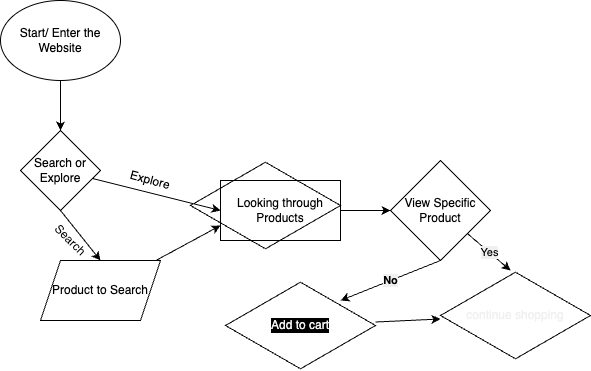
This is explore/diagramming/diagram.drawio.png from sierra392/sp24-cse110-lab4, a draw.io export, as it was before one commit. Source tidied: cells renumbered, new cells last; positions are measured from the earlier drawing's top-left corner, leaving out a move shared by most shapes.
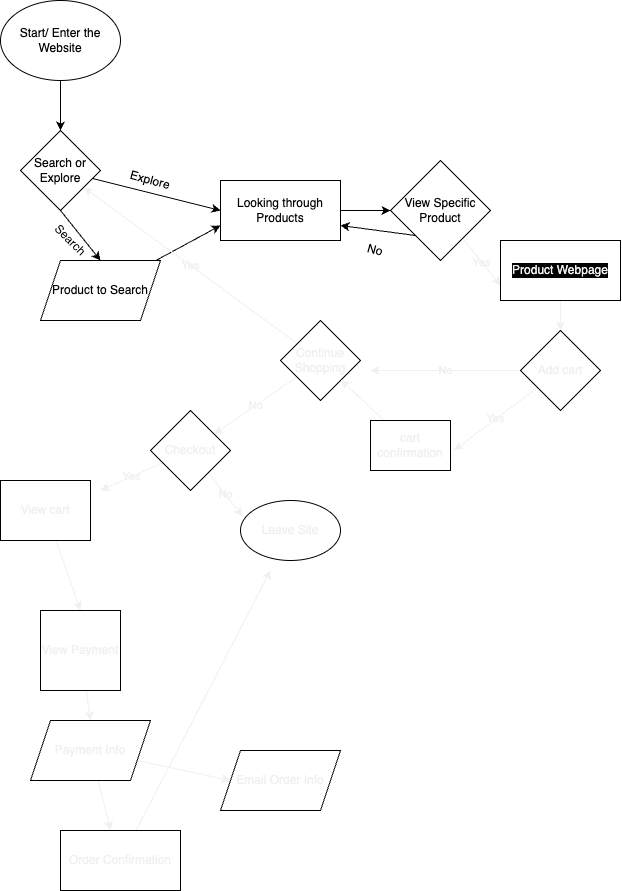
After the change.

What changed in the source:
```diff
@@ -1,66 +1,135 @@
-<mxGraphModel background="#FFFFFF">
+<mxGraphModel>
   <root>
     <mxCell id="0" />
     <mxCell id="1" parent="0" />
-    <mxCell id="2" style="edgeStyle=none;html=1;strokeColor=#000000;" parent="1" edge="1" source="3" target="6">
+    <mxCell id="2" style="edgeStyle=none;html=1;" parent="1" edge="1" source="3" target="6">
       <mxGeometry relative="1" as="geometry" />
     </mxCell>
     <mxCell id="3" value="Start/ Enter the Website" style="ellipse;whiteSpace=wrap;html=1;" parent="1" vertex="1">
       <mxGeometry width="120" height="80" as="geometry" />
     </mxCell>
-    <mxCell id="4" style="edgeStyle=none;html=1;entryX=0.5;entryY=0;entryDx=0;entryDy=0;fontColor=#000000;strokeColor=#000000;" parent="1" edge="1" target="8">
-      <mxGeometry relative="1" as="geometry">
-        <mxPoint x="60" y="210" as="sourcePoint" />
-      </mxGeometry>
+    <mxCell id="4" style="edgeStyle=none;html=1;entryX=0.5;entryY=0;entryDx=0;entryDy=0;exitX=0.5;exitY=1;exitDx=0;exitDy=0;" parent="1" edge="1" source="6" target="8">
+      <mxGeometry relative="1" as="geometry" />
     </mxCell>
-    <mxCell id="5" style="edgeStyle=none;html=1;entryX=0;entryY=0.5;entryDx=0;entryDy=0;fontColor=#000000;strokeColor=#000000;" parent="1" edge="1" source="6" target="10">
+    <mxCell id="5" style="edgeStyle=none;html=1;entryX=0;entryY=0.5;entryDx=0;entryDy=0;" parent="1" edge="1" source="6" target="10">
       <mxGeometry relative="1" as="geometry" />
     </mxCell>
     <mxCell id="6" value="Search or Explore" style="rhombus;whiteSpace=wrap;html=1;" parent="1" vertex="1">
       <mxGeometry x="20" y="130" width="80" height="80" as="geometry" />
     </mxCell>
-    <mxCell id="7" style="edgeStyle=none;html=1;entryX=0;entryY=0.75;entryDx=0;entryDy=0;fontColor=#000000;strokeColor=#000000;" parent="1" edge="1" source="8" target="10">
+    <mxCell id="7" style="edgeStyle=none;html=1;entryX=0;entryY=0.75;entryDx=0;entryDy=0;" parent="1" edge="1" source="8" target="10">
       <mxGeometry relative="1" as="geometry" />
     </mxCell>
     <mxCell id="8" value="Product to Search" style="shape=parallelogram;perimeter=parallelogramPerimeter;whiteSpace=wrap;html=1;fixedSize=1;" parent="1" vertex="1">
       <mxGeometry x="40" y="260" width="120" height="60" as="geometry" />
     </mxCell>
-    <mxCell id="9" style="edgeStyle=none;html=1;entryX=0;entryY=0.5;entryDx=0;entryDy=0;strokeColor=#000000;" parent="1" edge="1" source="10" target="15">
+    <mxCell id="9" style="edgeStyle=none;html=1;entryX=0;entryY=0.5;entryDx=0;entryDy=0;" parent="1" edge="1" source="10" target="15">
       <mxGeometry relative="1" as="geometry" />
     </mxCell>
     <mxCell id="10" value="Looking through Products" style="rounded=0;whiteSpace=wrap;html=1;" parent="1" vertex="1">
       <mxGeometry x="220" y="180" width="120" height="60" as="geometry" />
     </mxCell>
     <object id="11" label="Search" name="Variable" placeholders="1">
-      <mxCell style="text;html=1;align=center;verticalAlign=middle;whiteSpace=wrap;overflow=hidden;rotation=45;fontColor=#000000;" parent="1" vertex="1">
+      <mxCell style="text;html=1;strokeColor=none;fillColor=none;align=center;verticalAlign=middle;whiteSpace=wrap;overflow=hidden;rotation=45;" parent="1" vertex="1">
         <mxGeometry x="30" y="230" width="80" height="20" as="geometry" />
       </mxCell>
     </object>
     <object id="12" label="Explore" name="Variable" placeholders="1">
-      <mxCell style="text;html=1;strokeColor=none;fillColor=none;align=center;verticalAlign=middle;whiteSpace=wrap;overflow=hidden;rotation=15;fontColor=#000000;" parent="1" vertex="1">
+      <mxCell style="text;html=1;strokeColor=none;fillColor=none;align=center;verticalAlign=middle;whiteSpace=wrap;overflow=hidden;rotation=15;" parent="1" vertex="1">
         <mxGeometry x="110" y="170" width="80" height="20" as="geometry" />
       </mxCell>
     </object>
-    <mxCell id="13" value="&lt;span style=&quot;background-color: rgb(240, 240, 240);&quot;&gt;No&lt;/span&gt;" style="edgeStyle=none;html=1;exitX=0.5;exitY=1;exitDx=0;exitDy=0;strokeColor=#000000;fontColor=#000000;fontStyle=1;entryX=0.767;entryY=0.222;entryDx=0;entryDy=0;entryPerimeter=0;" parent="1" edge="1" source="15" target="19">
-      <mxGeometry relative="1" as="geometry" />
-    </mxCell>
-    <mxCell id="14" value="Yes" style="edgeStyle=none;html=1;entryX=0.467;entryY=0;entryDx=0;entryDy=0;entryPerimeter=0;labelBackgroundColor=#F0F0F0;strokeColor=#000000;fontColor=#000000;" parent="1" edge="1" source="15" target="17">
-      <mxGeometry relative="1" as="geometry" />
-    </mxCell>
+    <mxCell id="20" style="edgeStyle=none;html=1;exitX=0;exitY=1;exitDx=0;exitDy=0;entryX=1;entryY=0.75;entryDx=0;entryDy=0;" parent="1" edge="1" source="15" target="10">
+      <mxGeometry relative="1" as="geometry" />
+    </mxCell>
+    <mxCell id="21" value="Yes" style="edgeStyle=none;html=1;entryX=0;entryY=0.75;entryDx=0;entryDy=0;labelBackgroundColor=none;strokeColor=#F0F0F0;fontColor=#F0F0F0;" parent="1" edge="1" source="15" target="24">
+      <mxGeometry relative="1" as="geometry" />
+    </mxCell>
     <mxCell id="15" value="View Specific Product" style="rhombus;whiteSpace=wrap;html=1;" parent="1" vertex="1">
       <mxGeometry x="390" y="160" width="100" height="100" as="geometry" />
     </mxCell>
-    <mxCell id="16" style="html=1;whiteSpace=wrap;shape=isoRectangle;fontColor=#000000;fillColor=none;" parent="1" vertex="1">
-      <mxGeometry x="190" y="160" width="150" height="90" as="geometry" />
-    </mxCell>
-    <mxCell id="17" value="&lt;font color=&quot;#f0f0f0&quot;&gt;continue shopping&lt;/font&gt;" style="html=1;whiteSpace=wrap;shape=isoRectangle;fontColor=#000000;fillColor=default;" parent="1" vertex="1">
-      <mxGeometry x="440" y="270" width="150" height="90" as="geometry" />
-    </mxCell>
-    <mxCell id="18" style="edgeStyle=none;html=1;labelBackgroundColor=#F0F0F0;strokeColor=#000000;fontColor=#F0F0F0;" parent="1" edge="1" source="19" target="17">
-      <mxGeometry relative="1" as="geometry" />
-    </mxCell>
-    <mxCell id="19" value="Add to cart" style="html=1;whiteSpace=wrap;shape=isoRectangle;labelBackgroundColor=#000000;fontColor=#F0F0F0;fillColor=default;" parent="1" vertex="1">
-      <mxGeometry x="225" y="280" width="150" height="90" as="geometry" />
-    </mxCell>
+    <object id="22" label="No" name="Variable" placeholders="1">
+      <mxCell style="text;html=1;strokeColor=none;fillColor=none;align=center;verticalAlign=middle;whiteSpace=wrap;overflow=hidden;rotation=15;" parent="1" vertex="1">
+        <mxGeometry x="335" y="240" width="80" height="20" as="geometry" />
+      </mxCell>
+    </object>
+    <mxCell id="23" style="edgeStyle=none;html=1;labelBackgroundColor=none;strokeColor=#F0F0F0;fontColor=#F0F0F0;" parent="1" edge="1" source="24" target="27">
+      <mxGeometry relative="1" as="geometry" />
+    </mxCell>
+    <mxCell id="24" value="Product Webpage" style="rounded=0;whiteSpace=wrap;html=1;labelBackgroundColor=#000000;fontColor=#F0F0F0;fillColor=default;" parent="1" vertex="1">
+      <mxGeometry x="500" y="240" width="120" height="60" as="geometry" />
+    </mxCell>
+    <mxCell id="25" value="No" style="edgeStyle=none;html=1;labelBackgroundColor=none;strokeColor=#F0F0F0;fontColor=#F0F0F0;" parent="1" edge="1" source="27">
+      <mxGeometry relative="1" as="geometry">
+        <mxPoint x="370" y="370" as="targetPoint" />
+      </mxGeometry>
+    </mxCell>
+    <mxCell id="26" value="Yes" style="edgeStyle=none;html=1;entryX=1.042;entryY=0.598;entryDx=0;entryDy=0;entryPerimeter=0;labelBackgroundColor=none;strokeColor=#F0F0F0;fontColor=#F0F0F0;" parent="1" edge="1" source="27" target="32">
+      <mxGeometry relative="1" as="geometry" />
+    </mxCell>
+    <mxCell id="27" value="&lt;font&gt;Add cart&lt;/font&gt;" style="rhombus;whiteSpace=wrap;html=1;labelBackgroundColor=none;fontColor=#F0F0F0;fillColor=default;" parent="1" vertex="1">
+      <mxGeometry x="520" y="330" width="80" height="80" as="geometry" />
+    </mxCell>
+    <mxCell id="28" value="Yes" style="edgeStyle=none;html=1;labelBackgroundColor=none;strokeColor=#F0F0F0;fontColor=#F0F0F0;" parent="1" edge="1" source="30" target="6">
+      <mxGeometry relative="1" as="geometry" />
+    </mxCell>
+    <mxCell id="29" value="No" style="edgeStyle=none;html=1;labelBackgroundColor=none;strokeColor=#F0F0F0;fontColor=#F0F0F0;" parent="1" edge="1" source="30" target="35">
+      <mxGeometry relative="1" as="geometry" />
+    </mxCell>
+    <mxCell id="30" value="Continue Shopping" style="rhombus;whiteSpace=wrap;html=1;labelBackgroundColor=none;fontColor=#F0F0F0;fillColor=default;" parent="1" vertex="1">
+      <mxGeometry x="280" y="320" width="80" height="80" as="geometry" />
+    </mxCell>
+    <mxCell id="31" style="edgeStyle=none;html=1;labelBackgroundColor=none;strokeColor=#F0F0F0;fontColor=#F0F0F0;" parent="1" edge="1" source="32" target="30">
+      <mxGeometry relative="1" as="geometry" />
+    </mxCell>
+    <mxCell id="32" value="cart confirmation" style="rounded=0;whiteSpace=wrap;html=1;labelBackgroundColor=none;fontColor=#F0F0F0;fillColor=default;" parent="1" vertex="1">
+      <mxGeometry x="370" y="420" width="80" height="50" as="geometry" />
+    </mxCell>
+    <mxCell id="33" value="No" style="edgeStyle=none;html=1;entryX=0.019;entryY=0.262;entryDx=0;entryDy=0;entryPerimeter=0;labelBackgroundColor=none;strokeColor=#F0F0F0;fontColor=#F0F0F0;" parent="1" edge="1" source="35" target="38">
+      <mxGeometry relative="1" as="geometry" />
+    </mxCell>
+    <mxCell id="34" value="Yes" style="edgeStyle=none;html=1;labelBackgroundColor=none;strokeColor=#F0F0F0;fontColor=#F0F0F0;" parent="1" edge="1" source="35">
+      <mxGeometry relative="1" as="geometry">
+        <mxPoint x="100" y="490" as="targetPoint" />
+      </mxGeometry>
+    </mxCell>
+    <mxCell id="35" value="Checkout" style="rhombus;whiteSpace=wrap;html=1;labelBackgroundColor=none;fontColor=#F0F0F0;fillColor=default;" parent="1" vertex="1">
+      <mxGeometry x="150" y="410" width="80" height="80" as="geometry" />
+    </mxCell>
+    <mxCell id="36" style="edgeStyle=none;html=1;labelBackgroundColor=none;strokeColor=#F0F0F0;fontColor=#F0F0F0;entryX=0.5;entryY=0;entryDx=0;entryDy=0;" parent="1" edge="1" source="37" target="40">
+      <mxGeometry relative="1" as="geometry" />
+    </mxCell>
+    <mxCell id="37" value="View cart" style="rounded=0;whiteSpace=wrap;html=1;labelBackgroundColor=none;fontColor=#F0F0F0;fillColor=default;" parent="1" vertex="1">
+      <mxGeometry y="480" width="90" height="60" as="geometry" />
+    </mxCell>
+    <mxCell id="38" value="Leave Site" style="ellipse;whiteSpace=wrap;html=1;labelBackgroundColor=none;fontColor=#F0F0F0;fillColor=default;" parent="1" vertex="1">
+      <mxGeometry x="240" y="500" width="100" height="60" as="geometry" />
+    </mxCell>
+    <mxCell id="39" style="edgeStyle=none;html=1;entryX=0.5;entryY=0;entryDx=0;entryDy=0;labelBackgroundColor=none;strokeColor=#F0F0F0;fontColor=#F0F0F0;" parent="1" edge="1" source="40" target="43">
+      <mxGeometry relative="1" as="geometry" />
+    </mxCell>
+    <mxCell id="40" value="View Payment" style="whiteSpace=wrap;html=1;labelBackgroundColor=none;fontColor=#F0F0F0;fillColor=default;" parent="1" vertex="1">
+      <mxGeometry x="40" y="610" width="80" height="80" as="geometry" />
+    </mxCell>
+    <mxCell id="41" style="edgeStyle=none;html=1;entryX=0.418;entryY=-0.003;entryDx=0;entryDy=0;entryPerimeter=0;labelBackgroundColor=none;strokeColor=#F0F0F0;fontColor=#F0F0F0;" parent="1" edge="1" source="43" target="45">
+      <mxGeometry relative="1" as="geometry" />
+    </mxCell>
+    <mxCell id="42" style="edgeStyle=none;html=1;entryX=0;entryY=0.5;entryDx=0;entryDy=0;labelBackgroundColor=none;strokeColor=#F0F0F0;fontColor=#F0F0F0;" parent="1" edge="1" source="43" target="46">
+      <mxGeometry relative="1" as="geometry" />
+    </mxCell>
+    <mxCell id="43" value="Payment Info" style="shape=parallelogram;perimeter=parallelogramPerimeter;whiteSpace=wrap;html=1;fixedSize=1;labelBackgroundColor=none;fontColor=#F0F0F0;fillColor=default;" parent="1" vertex="1">
+      <mxGeometry x="30" y="720" width="120" height="60" as="geometry" />
+    </mxCell>
+    <mxCell id="44" style="edgeStyle=none;html=1;labelBackgroundColor=none;strokeColor=#F0F0F0;fontColor=#F0F0F0;" parent="1" edge="1" source="45">
+      <mxGeometry relative="1" as="geometry">
+        <mxPoint x="270" y="570" as="targetPoint" />
+      </mxGeometry>
+    </mxCell>
+    <mxCell id="45" value="Order Confirmation" style="rounded=0;whiteSpace=wrap;html=1;labelBackgroundColor=none;fontColor=#F0F0F0;fillColor=default;" parent="1" vertex="1">
+      <mxGeometry x="60" y="830" width="120" height="60" as="geometry" />
+    </mxCell>
+    <mxCell id="46" value="Email Order Info" style="shape=parallelogram;perimeter=parallelogramPerimeter;whiteSpace=wrap;html=1;fixedSize=1;labelBackgroundColor=none;fontColor=#F0F0F0;fillColor=default;" parent="1" vertex="1">
+      <mxGeometry x="220" y="750" width="120" height="60" as="geometry" />
+    </mxCell>
   </root>
 </mxGraphModel>
```
